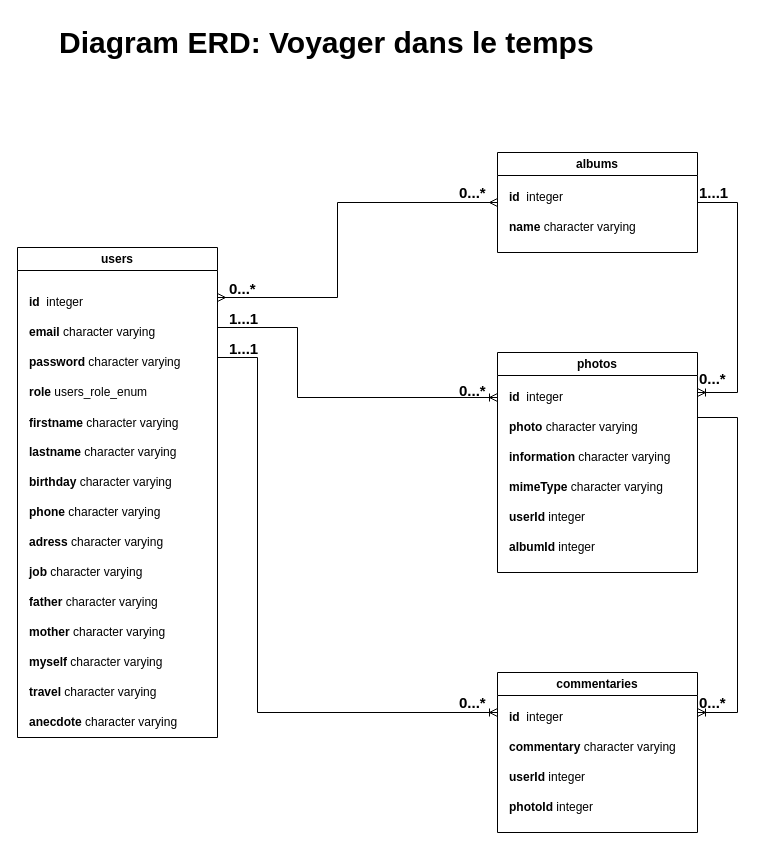
sandrine-proenca/Voyager_dans_le_temps keeps this draw.io diagram as ERD_tables/Diagramme sans nom.drawio. Above is the earlier version. Source tidied: cells renumbered, new cells numbered last; positions are measured from the earlier drawing's top-left corner, leaving out a move shared by most shapes. Both pictures are drawn from the tidied source at 100%, with x=0, y=0 at pixel (17, 17).
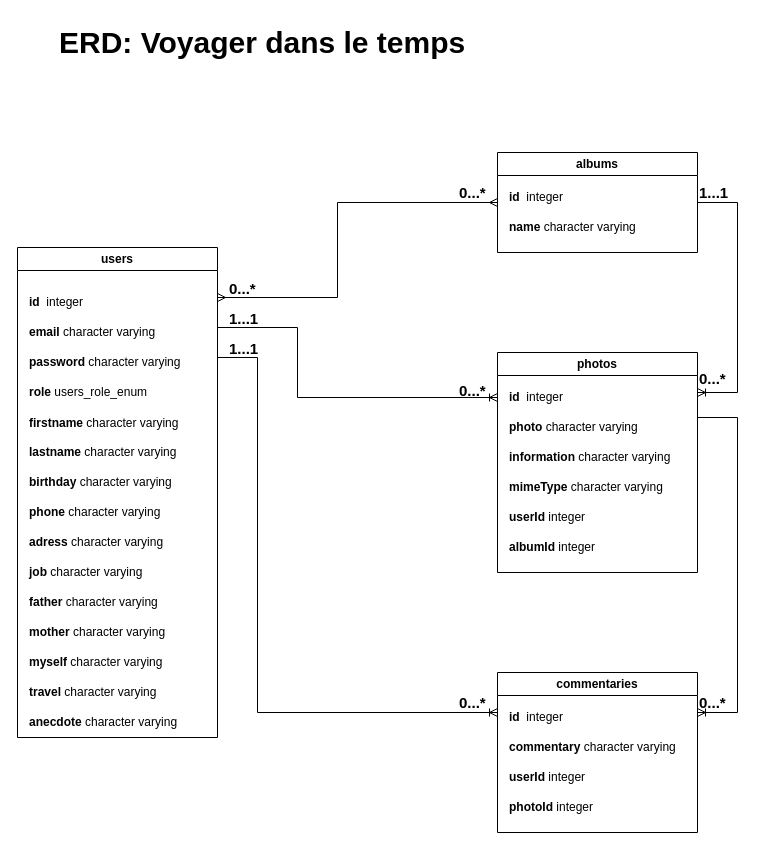
The same page after the edit.

Commit message:
Mettre à jour Diagramme sans nom.drawio

Change to the diagram source:
```diff
@@
-    <mxCell id="47" value="&lt;b&gt;&lt;font style=&quot;font-size: 30px;&quot;&gt;Diagram ERD: Voyager dans le temps&lt;/font&gt;&lt;/b&gt;" style="text;html=1;strokeColor=none;fillColor=none;align=left;verticalAlign=middle;whiteSpace=wrap;rounded=0;" parent="1" vertex="1">
+    <mxCell id="47" value="&lt;b&gt;&lt;font style=&quot;font-size: 30px;&quot;&gt;ERD: Voyager dans le temps&lt;/font&gt;&lt;/b&gt;" style="text;html=1;strokeColor=none;fillColor=none;align=left;verticalAlign=middle;whiteSpace=wrap;rounded=0;" parent="1" vertex="1">
       <mxGeometry x="40" width="600" height="50" as="geometry" />
     </mxCell>
```
